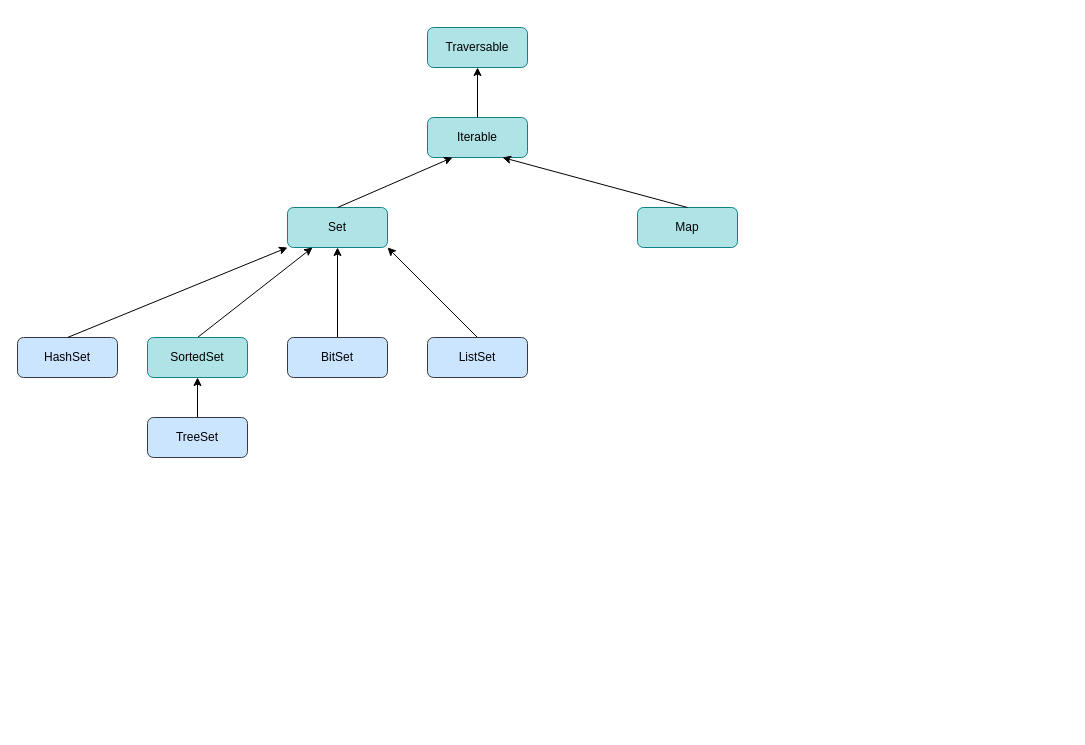
The draw.io diagram Untitled Diagram.drawio in cady2015/MyBlog, before the edit. Source tidied: cells renumbered, new cells numbered last; positions are measured from the earlier drawing's top-left corner, leaving out a move shared by most shapes. Both pictures are drawn from the tidied source at 100%, with x=0, y=0 at pixel (17, 27).
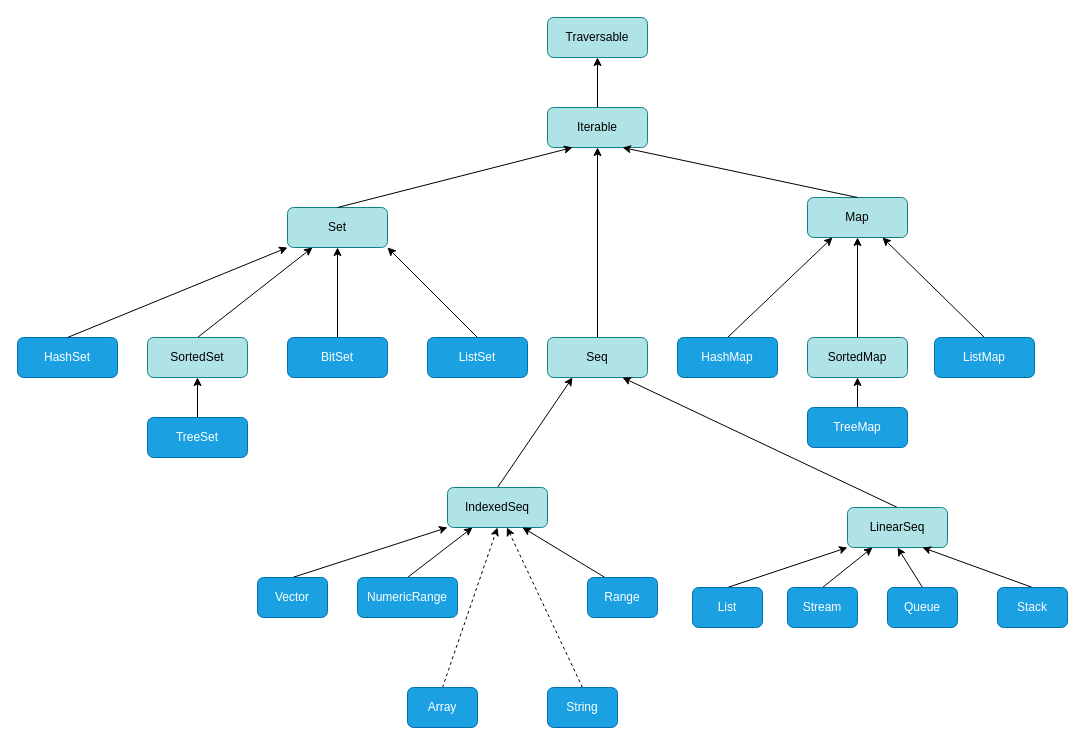
Above is the later version.

The edit, as a diff of the source:
```diff
@@
     <mxCell id="2" value="Traversable" style="rounded=1;whiteSpace=wrap;html=1;fillColor=#b0e3e6;strokeColor=#0e8088;" parent="1" vertex="1">
-      <mxGeometry x="410" width="100" height="40" as="geometry" />
+      <mxGeometry x="530" y="-10" width="100" height="40" as="geometry" />
     </mxCell>
     <mxCell id="3" value="Iterable" style="rounded=1;whiteSpace=wrap;html=1;fillColor=#b0e3e6;strokeColor=#0e8088;" parent="1" vertex="1">
-      <mxGeometry x="410" y="90" width="100" height="40" as="geometry" />
+      <mxGeometry x="530" y="80" width="100" height="40" as="geometry" />
     </mxCell>
@@
     <mxCell id="5" value="Map" style="rounded=1;whiteSpace=wrap;html=1;fillColor=#b0e3e6;strokeColor=#0e8088;" parent="1" vertex="1">
-      <mxGeometry x="620" y="180" width="100" height="40" as="geometry" />
+      <mxGeometry x="790" y="170" width="100" height="40" as="geometry" />
     </mxCell>
@@
-    <mxCell id="9" value="HashSet" style="rounded=1;whiteSpace=wrap;html=1;fillColor=#cce5ff;strokeColor=#36393d;" parent="1" vertex="1">
+    <mxCell id="9" value="HashSet" style="rounded=1;whiteSpace=wrap;html=1;fillColor=#1ba1e2;strokeColor=#006EAF;fontColor=#ffffff;" parent="1" vertex="1">
       <mxGeometry y="310" width="100" height="40" as="geometry" />
     </mxCell>
@@
-    <mxCell id="13" value="BitSet" style="rounded=1;whiteSpace=wrap;html=1;fillColor=#cce5ff;strokeColor=#36393d;" parent="1" vertex="1">
+    <mxCell id="13" value="BitSet" style="rounded=1;whiteSpace=wrap;html=1;fillColor=#1ba1e2;strokeColor=#006EAF;fontColor=#ffffff;" parent="1" vertex="1">
       <mxGeometry x="270" y="310" width="100" height="40" as="geometry" />
     </mxCell>
@@
-    <mxCell id="15" value="ListSet" style="rounded=1;whiteSpace=wrap;html=1;fillColor=#cce5ff;strokeColor=#36393d;" parent="1" vertex="1">
+    <mxCell id="15" value="ListSet" style="rounded=1;whiteSpace=wrap;html=1;fillColor=#1ba1e2;strokeColor=#006EAF;fontColor=#ffffff;" parent="1" vertex="1">
       <mxGeometry x="410" y="310" width="100" height="40" as="geometry" />
     </mxCell>
@@
-    <mxCell id="18" value="TreeSet" style="rounded=1;whiteSpace=wrap;html=1;fillColor=#cce5ff;strokeColor=#36393d;" parent="1" vertex="1">
+    <mxCell id="18" value="TreeSet" style="rounded=1;whiteSpace=wrap;html=1;fillColor=#1ba1e2;strokeColor=#006EAF;fontColor=#ffffff;" parent="1" vertex="1">
       <mxGeometry x="130" y="390" width="100" height="40" as="geometry" />
     </mxCell>
+    <mxCell id="19" style="edgeStyle=none;rounded=0;jettySize=auto;html=1;exitX=0.5;exitY=0;exitDx=0;exitDy=0;entryX=0.5;entryY=1;entryDx=0;entryDy=0;" parent="1" edge="1" source="20" target="3">
+      <mxGeometry relative="1" as="geometry" />
+    </mxCell>
+    <mxCell id="20" value="Seq" style="rounded=1;whiteSpace=wrap;html=1;fillColor=#b0e3e6;strokeColor=#0e8088;" parent="1" vertex="1">
+      <mxGeometry x="530" y="310" width="100" height="40" as="geometry" />
+    </mxCell>
+    <mxCell id="21" style="edgeStyle=none;rounded=0;jettySize=auto;html=1;exitX=0.5;exitY=0;exitDx=0;exitDy=0;entryX=0.25;entryY=1;entryDx=0;entryDy=0;" parent="1" edge="1" source="22" target="5">
+      <mxGeometry relative="1" as="geometry" />
+    </mxCell>
+    <mxCell id="22" value="HashMap" style="rounded=1;whiteSpace=wrap;html=1;fillColor=#1ba1e2;strokeColor=#006EAF;fontColor=#ffffff;" parent="1" vertex="1">
+      <mxGeometry x="660" y="310" width="100" height="40" as="geometry" />
+    </mxCell>
+    <mxCell id="23" style="edgeStyle=none;rounded=0;jettySize=auto;html=1;exitX=0.5;exitY=0;exitDx=0;exitDy=0;entryX=0.5;entryY=1;entryDx=0;entryDy=0;" parent="1" edge="1" source="24" target="5">
+      <mxGeometry relative="1" as="geometry" />
+    </mxCell>
+    <mxCell id="24" value="SortedMap" style="rounded=1;whiteSpace=wrap;html=1;fillColor=#b0e3e6;strokeColor=#0e8088;" parent="1" vertex="1">
+      <mxGeometry x="790" y="310" width="100" height="40" as="geometry" />
+    </mxCell>
+    <mxCell id="25" style="edgeStyle=none;rounded=0;jettySize=auto;html=1;exitX=0.5;exitY=0;exitDx=0;exitDy=0;entryX=0.75;entryY=1;entryDx=0;entryDy=0;" parent="1" edge="1" source="26" target="5">
+      <mxGeometry relative="1" as="geometry" />
+    </mxCell>
+    <mxCell id="26" value="ListMap" style="rounded=1;whiteSpace=wrap;html=1;fillColor=#1ba1e2;strokeColor=#006EAF;fontColor=#ffffff;" parent="1" vertex="1">
+      <mxGeometry x="917" y="310" width="100" height="40" as="geometry" />
+    </mxCell>
+    <mxCell id="27" style="edgeStyle=none;rounded=0;jettySize=auto;html=1;exitX=0.5;exitY=0;exitDx=0;exitDy=0;entryX=0.25;entryY=1;entryDx=0;entryDy=0;" parent="1" edge="1" source="28" target="20">
+      <mxGeometry relative="1" as="geometry" />
+    </mxCell>
+    <mxCell id="28" value="IndexedSeq" style="rounded=1;whiteSpace=wrap;html=1;fillColor=#b0e3e6;strokeColor=#0e8088;" parent="1" vertex="1">
+      <mxGeometry x="430" y="460" width="100" height="40" as="geometry" />
+    </mxCell>
+    <mxCell id="29" style="edgeStyle=none;rounded=0;jettySize=auto;html=1;exitX=0.5;exitY=0;exitDx=0;exitDy=0;entryX=0.75;entryY=1;entryDx=0;entryDy=0;" parent="1" edge="1" source="30" target="20">
+      <mxGeometry relative="1" as="geometry" />
+    </mxCell>
+    <mxCell id="30" value="LinearSeq" style="rounded=1;whiteSpace=wrap;html=1;fillColor=#b0e3e6;strokeColor=#0e8088;" parent="1" vertex="1">
+      <mxGeometry x="830" y="480" width="100" height="40" as="geometry" />
+    </mxCell>
+    <mxCell id="31" style="edgeStyle=none;rounded=0;jettySize=auto;html=1;exitX=0.5;exitY=0;exitDx=0;exitDy=0;entryX=0;entryY=1;entryDx=0;entryDy=0;" parent="1" edge="1" source="32" target="28">
+      <mxGeometry relative="1" as="geometry" />
+    </mxCell>
+    <mxCell id="32" value="Vector" style="rounded=1;whiteSpace=wrap;html=1;fillColor=#1ba1e2;strokeColor=#006EAF;fontColor=#ffffff;" parent="1" vertex="1">
+      <mxGeometry x="240" y="550" width="70" height="40" as="geometry" />
+    </mxCell>
+    <mxCell id="33" style="edgeStyle=none;rounded=0;jettySize=auto;html=1;exitX=0.5;exitY=0;exitDx=0;exitDy=0;entryX=0.25;entryY=1;entryDx=0;entryDy=0;" parent="1" edge="1" source="34" target="28">
+      <mxGeometry relative="1" as="geometry" />
+    </mxCell>
+    <mxCell id="34" value="NumericRange" style="rounded=1;whiteSpace=wrap;html=1;fillColor=#1ba1e2;strokeColor=#006EAF;fontColor=#ffffff;" parent="1" vertex="1">
+      <mxGeometry x="340" y="550" width="100" height="40" as="geometry" />
+    </mxCell>
+    <mxCell id="35" style="edgeStyle=none;rounded=0;jettySize=auto;html=1;exitX=0.5;exitY=0;exitDx=0;exitDy=0;entryX=0.5;entryY=1;entryDx=0;entryDy=0;dashed=1;" parent="1" edge="1" source="36" target="28">
+      <mxGeometry relative="1" as="geometry" />
+    </mxCell>
+    <mxCell id="36" value="Array" style="rounded=1;whiteSpace=wrap;html=1;fillColor=#1ba1e2;strokeColor=#006EAF;fontColor=#ffffff;" parent="1" vertex="1">
+      <mxGeometry x="390" y="660" width="70" height="40" as="geometry" />
+    </mxCell>
+    <mxCell id="37" style="edgeStyle=none;rounded=0;jettySize=auto;html=1;exitX=0.5;exitY=0;exitDx=0;exitDy=0;dashed=1;" parent="1" edge="1" source="38" target="28">
+      <mxGeometry relative="1" as="geometry" />
+    </mxCell>
+    <mxCell id="38" value="String" style="rounded=1;whiteSpace=wrap;html=1;fillColor=#1ba1e2;strokeColor=#006EAF;fontColor=#ffffff;" parent="1" vertex="1">
+      <mxGeometry x="530" y="660" width="70" height="40" as="geometry" />
+    </mxCell>
+    <mxCell id="39" style="edgeStyle=none;rounded=0;jettySize=auto;html=1;exitX=0.25;exitY=0;exitDx=0;exitDy=0;entryX=0.75;entryY=1;entryDx=0;entryDy=0;" parent="1" edge="1" source="40" target="28">
+      <mxGeometry relative="1" as="geometry" />
+    </mxCell>
+    <mxCell id="40" value="Range" style="rounded=1;whiteSpace=wrap;html=1;fillColor=#1ba1e2;strokeColor=#006EAF;fontColor=#ffffff;" parent="1" vertex="1">
+      <mxGeometry x="570" y="550" width="70" height="40" as="geometry" />
+    </mxCell>
+    <mxCell id="41" style="edgeStyle=none;rounded=0;jettySize=auto;html=1;exitX=0.5;exitY=0;exitDx=0;exitDy=0;entryX=0;entryY=1;entryDx=0;entryDy=0;" parent="1" edge="1" source="42" target="30">
+      <mxGeometry relative="1" as="geometry" />
+    </mxCell>
+    <mxCell id="42" value="List" style="rounded=1;whiteSpace=wrap;html=1;fillColor=#1ba1e2;strokeColor=#006EAF;fontColor=#ffffff;" parent="1" vertex="1">
+      <mxGeometry x="675" y="560" width="70" height="40" as="geometry" />
+    </mxCell>
+    <mxCell id="43" style="edgeStyle=none;rounded=0;jettySize=auto;html=1;exitX=0.5;exitY=0;exitDx=0;exitDy=0;entryX=0.25;entryY=1;entryDx=0;entryDy=0;" parent="1" edge="1" source="44" target="30">
+      <mxGeometry relative="1" as="geometry" />
+    </mxCell>
+    <mxCell id="44" value="Stream" style="rounded=1;whiteSpace=wrap;html=1;fillColor=#1ba1e2;strokeColor=#006EAF;fontColor=#ffffff;" parent="1" vertex="1">
+      <mxGeometry x="770" y="560" width="70" height="40" as="geometry" />
+    </mxCell>
+    <mxCell id="45" style="edgeStyle=none;rounded=0;jettySize=auto;html=1;exitX=0.5;exitY=0;exitDx=0;exitDy=0;entryX=0.5;entryY=1;entryDx=0;entryDy=0;" parent="1" edge="1" source="46" target="30">
+      <mxGeometry relative="1" as="geometry" />
+    </mxCell>
+    <mxCell id="46" value="Queue" style="rounded=1;whiteSpace=wrap;html=1;fillColor=#1ba1e2;strokeColor=#006EAF;fontColor=#ffffff;" parent="1" vertex="1">
+      <mxGeometry x="870" y="560" width="70" height="40" as="geometry" />
+    </mxCell>
+    <mxCell id="47" style="edgeStyle=none;rounded=0;jettySize=auto;html=1;exitX=0.5;exitY=0;exitDx=0;exitDy=0;entryX=0.75;entryY=1;entryDx=0;entryDy=0;" parent="1" edge="1" source="48" target="30">
+      <mxGeometry relative="1" as="geometry" />
+    </mxCell>
+    <mxCell id="48" value="Stack" style="rounded=1;whiteSpace=wrap;html=1;fillColor=#1ba1e2;strokeColor=#006EAF;fontColor=#ffffff;" parent="1" vertex="1">
+      <mxGeometry x="980" y="560" width="70" height="40" as="geometry" />
+    </mxCell>
+    <mxCell id="49" style="edgeStyle=none;rounded=0;jettySize=auto;html=1;exitX=0.5;exitY=0;exitDx=0;exitDy=0;" parent="1" edge="1" source="50" target="24">
+      <mxGeometry relative="1" as="geometry" />
+    </mxCell>
+    <mxCell id="50" value="TreeMap" style="rounded=1;whiteSpace=wrap;html=1;fillColor=#1ba1e2;strokeColor=#006EAF;fontColor=#ffffff;" parent="1" vertex="1">
+      <mxGeometry x="790" y="380" width="100" height="40" as="geometry" />
+    </mxCell>
```
